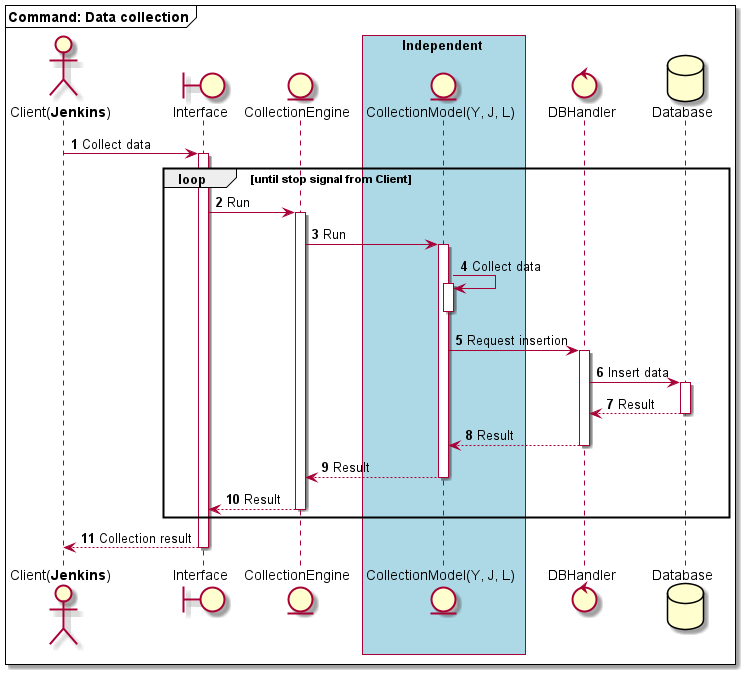
Above: algorithm/sequence diagram/seq diagram - data collection.png in djy-git/trading-system (PlantUML), before the change. The source it was exported from:
```plantuml
@startuml
autonumber

mainframe **Command: Data collection**

actor "Client(**Jenkins**)" as C
boundary Interface as I
entity CollectionEngine as CE

box Independent #LightBlue
entity "CollectionModel(Y, J, L)" as M
end box

control DBHandler as DBH
database Database as DB

C -> I ++: Collect data
    loop #transparent until stop signal from Client
        I -> CE ++: Run
            CE -> M ++: Run
                M -> M ++: Collect data
                deactivate

                M -> DBH ++: Request insertion
                    DBH -> DB ++: Insert data
                    return Result
                return Result
            return Result
        return Result
    end

    return Collection result
@enduml
```
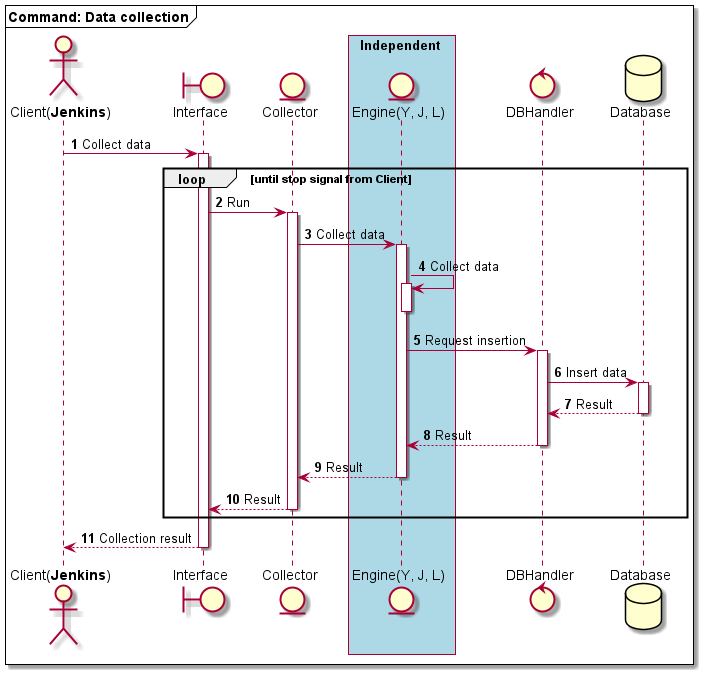
Later version of the same file.

What changed in the source:
```diff
@@ -5,10 +5,10 @@
 
 actor "Client(**Jenkins**)" as C
 boundary Interface as I
-entity CollectionEngine as CE
+entity Collector as CE
 
 box Independent #LightBlue
-entity "CollectionModel(Y, J, L)" as M
+entity "Engine(Y, J, L)" as M
 end box
 
 control DBHandler as DBH
@@ -17,7 +17,7 @@
 C -> I ++: Collect data
     loop #transparent until stop signal from Client
         I -> CE ++: Run
-            CE -> M ++: Run
+            CE -> M ++: Collect data
                 M -> M ++: Collect data
                 deactivate
 
```
